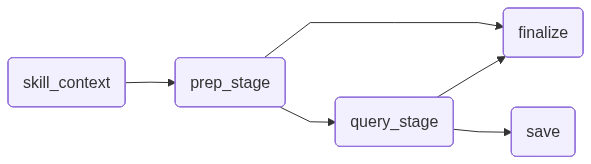
teron131/tabuflow keeps this Mermaid diagram as artifacts/graphs/orchestrator-graph.png. Above is the earlier version. Its source is kept beside it as artifacts/graphs/orchestrator-graph.mmd.
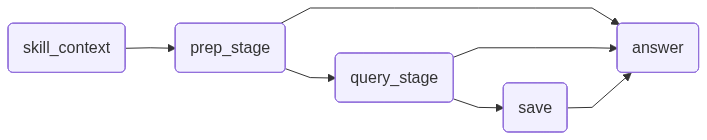
After the commit.

Change to the diagram source:
```diff
@@ -8,11 +8,12 @@
 	prep_stage(prep_stage)
 	query_stage(query_stage)
 	save(save)
-	finalize(finalize)
-	prep_stage --> finalize;
+	answer(answer)
+	prep_stage --> answer;
 	prep_stage --> query_stage;
-	query_stage --> finalize;
+	query_stage --> answer;
 	query_stage --> save;
+	save --> answer;
 	skill_context --> prep_stage;
 	classDef default fill:#f2f0ff,line-height:1.2
 	classDef first fill-opacity:0
```
